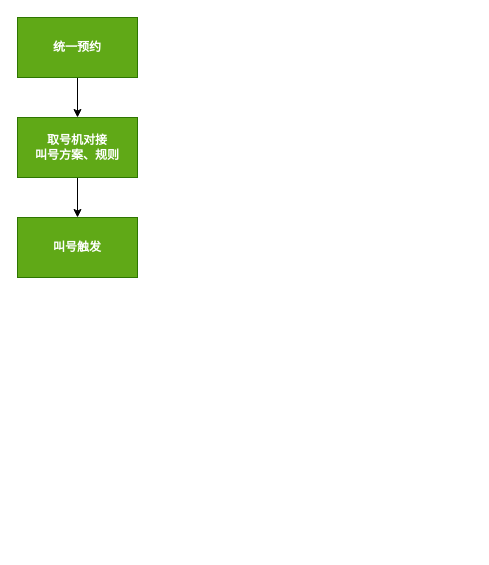
Before: 未命名绘图.drawio in wushanru/design, a draw.io diagram. Source tidied: cells renumbered, new cells numbered last; positions are measured from the earlier drawing's top-left corner, leaving out a move shared by most shapes. Both pictures are drawn from the tidied source at 100%, with x=0, y=0 at pixel (17, 17).
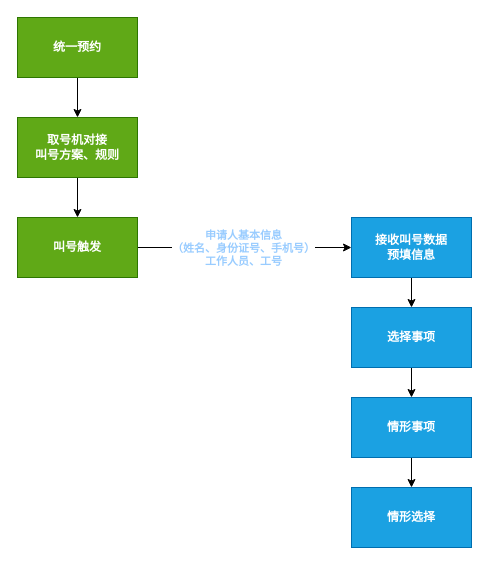
The same page after the edit.

Commit message (it also covers changes not shown here):
更新未命名绘图.drawio

What changed in the source:
```diff
@@
 <mxGraphModel>
   <root>
     <mxCell id="0" />
     <mxCell id="1" parent="0" />
     <mxCell id="2" style="edgeStyle=orthogonalEdgeStyle;rounded=0;jettySize=auto;html=1;" parent="1" edge="1" source="3" target="5">
       <mxGeometry relative="1" as="geometry" />
     </mxCell>
     <mxCell id="3" value="&lt;b&gt;统一预约&lt;/b&gt;" style="rounded=0;whiteSpace=wrap;html=1;fillColor=#60a917;fontColor=#ffffff;strokeColor=#2D7600;" parent="1" vertex="1">
       <mxGeometry width="120" height="60" as="geometry" />
     </mxCell>
     <mxCell id="4" style="edgeStyle=orthogonalEdgeStyle;rounded=0;jettySize=auto;html=1;exitX=0.5;exitY=1;exitDx=0;exitDy=0;entryX=0.5;entryY=0;entryDx=0;entryDy=0;" parent="1" edge="1" source="5" target="6">
       <mxGeometry relative="1" as="geometry" />
     </mxCell>
     <mxCell id="5" value="&lt;b&gt;取号机对接&lt;br&gt;叫号方案、规则&lt;br&gt;&lt;/b&gt;" style="rounded=0;whiteSpace=wrap;html=1;fillColor=#60a917;fontColor=#ffffff;strokeColor=#2D7600;" parent="1" vertex="1">
       <mxGeometry y="100" width="120" height="60" as="geometry" />
     </mxCell>
+    <mxCell id="7" style="edgeStyle=orthogonalEdgeStyle;rounded=0;jettySize=auto;html=1;" parent="1" edge="1" source="6" target="10">
+      <mxGeometry relative="1" as="geometry" />
+    </mxCell>
+    <mxCell id="8" value="&lt;b&gt;&lt;font color=&quot;#99ccff&quot;&gt;申请人基本信息&lt;br&gt;（姓名、身份证号、手机号）&lt;br&gt;工作人员、工号&lt;/font&gt;&lt;/b&gt;" style="edgeLabel;html=1;align=center;verticalAlign=middle;" parent="7" vertex="1">
+      <mxGeometry x="-0.18" relative="1" as="geometry">
+        <mxPoint x="17" as="offset" />
+      </mxGeometry>
+    </mxCell>
     <mxCell id="6" value="&lt;b&gt;叫号触发&lt;br&gt;&lt;/b&gt;" style="rounded=0;whiteSpace=wrap;html=1;fillColor=#60a917;fontColor=#ffffff;strokeColor=#2D7600;" parent="1" vertex="1">
       <mxGeometry y="200" width="120" height="60" as="geometry" />
     </mxCell>
+    <mxCell id="9" style="edgeStyle=orthogonalEdgeStyle;rounded=0;jettySize=auto;html=1;exitX=0.5;exitY=1;exitDx=0;exitDy=0;fontColor=#99CCFF;" parent="1" edge="1" source="10" target="12">
+      <mxGeometry relative="1" as="geometry" />
+    </mxCell>
+    <mxCell id="10" value="&lt;b&gt;接收叫号数据&lt;br&gt;预填信息&lt;br&gt;&lt;/b&gt;" style="rounded=0;whiteSpace=wrap;html=1;fillColor=#1ba1e2;fontColor=#ffffff;strokeColor=#006EAF;" parent="1" vertex="1">
+      <mxGeometry x="334" y="200" width="120" height="60" as="geometry" />
+    </mxCell>
+    <mxCell id="11" style="edgeStyle=orthogonalEdgeStyle;rounded=0;jettySize=auto;html=1;exitX=0.5;exitY=1;exitDx=0;exitDy=0;entryX=0.5;entryY=0;entryDx=0;entryDy=0;fontColor=#99CCFF;" parent="1" edge="1" source="12" target="14">
+      <mxGeometry relative="1" as="geometry" />
+    </mxCell>
+    <mxCell id="12" value="&lt;b&gt;选择事项&lt;br&gt;&lt;/b&gt;" style="rounded=0;whiteSpace=wrap;html=1;fillColor=#1ba1e2;fontColor=#ffffff;strokeColor=#006EAF;" parent="1" vertex="1">
+      <mxGeometry x="334" y="290" width="120" height="60" as="geometry" />
+    </mxCell>
+    <mxCell id="13" style="edgeStyle=orthogonalEdgeStyle;rounded=0;jettySize=auto;html=1;exitX=0.5;exitY=1;exitDx=0;exitDy=0;fontColor=#99CCFF;" parent="1" edge="1" source="14" target="15">
+      <mxGeometry relative="1" as="geometry" />
+    </mxCell>
+    <mxCell id="14" value="&lt;b&gt;情形事项&lt;br&gt;&lt;/b&gt;" style="rounded=0;whiteSpace=wrap;html=1;fillColor=#1ba1e2;fontColor=#ffffff;strokeColor=#006EAF;" parent="1" vertex="1">
+      <mxGeometry x="334" y="380" width="120" height="60" as="geometry" />
+    </mxCell>
+    <mxCell id="15" value="&lt;b&gt;情形选择&lt;br&gt;&lt;/b&gt;" style="rounded=0;whiteSpace=wrap;html=1;fillColor=#1ba1e2;fontColor=#ffffff;strokeColor=#006EAF;" parent="1" vertex="1">
+      <mxGeometry x="334" y="470" width="120" height="60" as="geometry" />
+    </mxCell>
   </root>
 </mxGraphModel>
```
